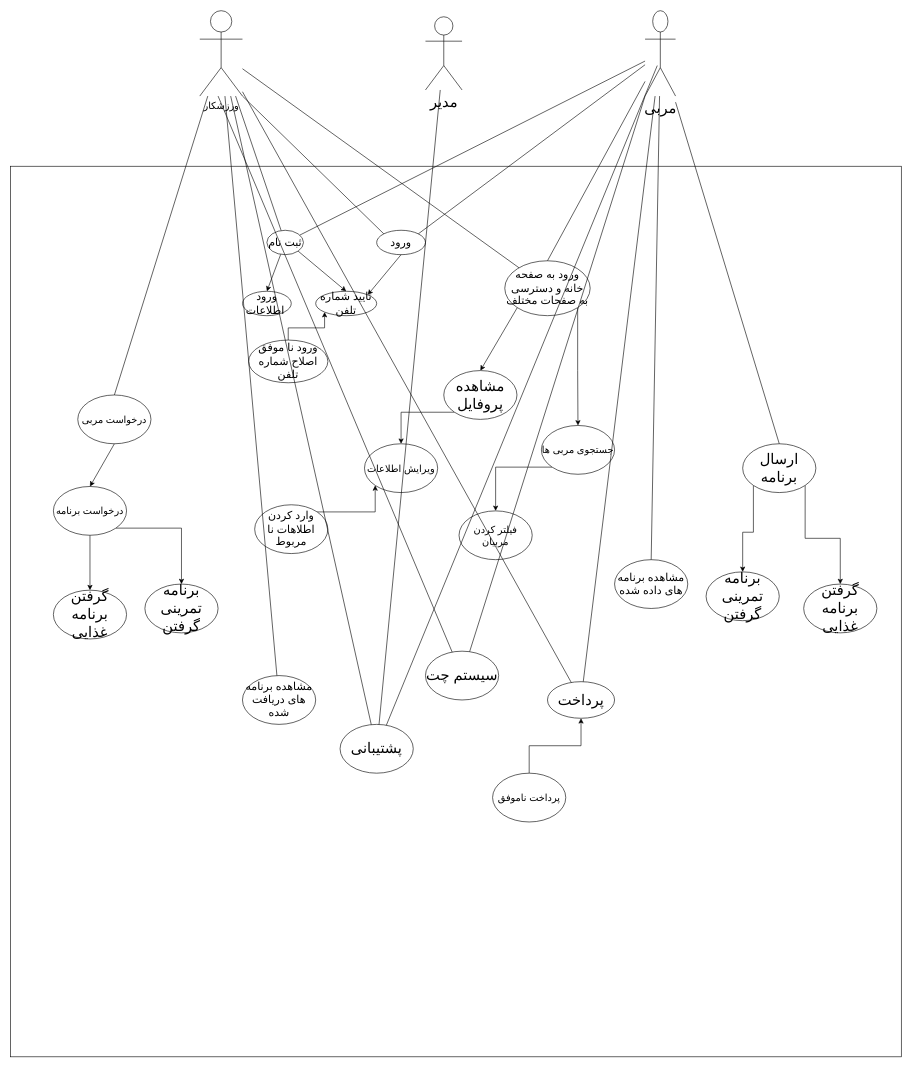
This is Use Case Diagram/Use Case Diagram.drawio from mmohajer9/sama-online-coaching-system, a draw.io file, before an edit. Source tidied: cells renumbered, new cells numbered last; positions are measured from the earlier drawing's top-left corner, leaving out a move shared by most shapes. Both pictures are drawn from the tidied source at 61%, with x=0, y=0 at pixel (10, 10).
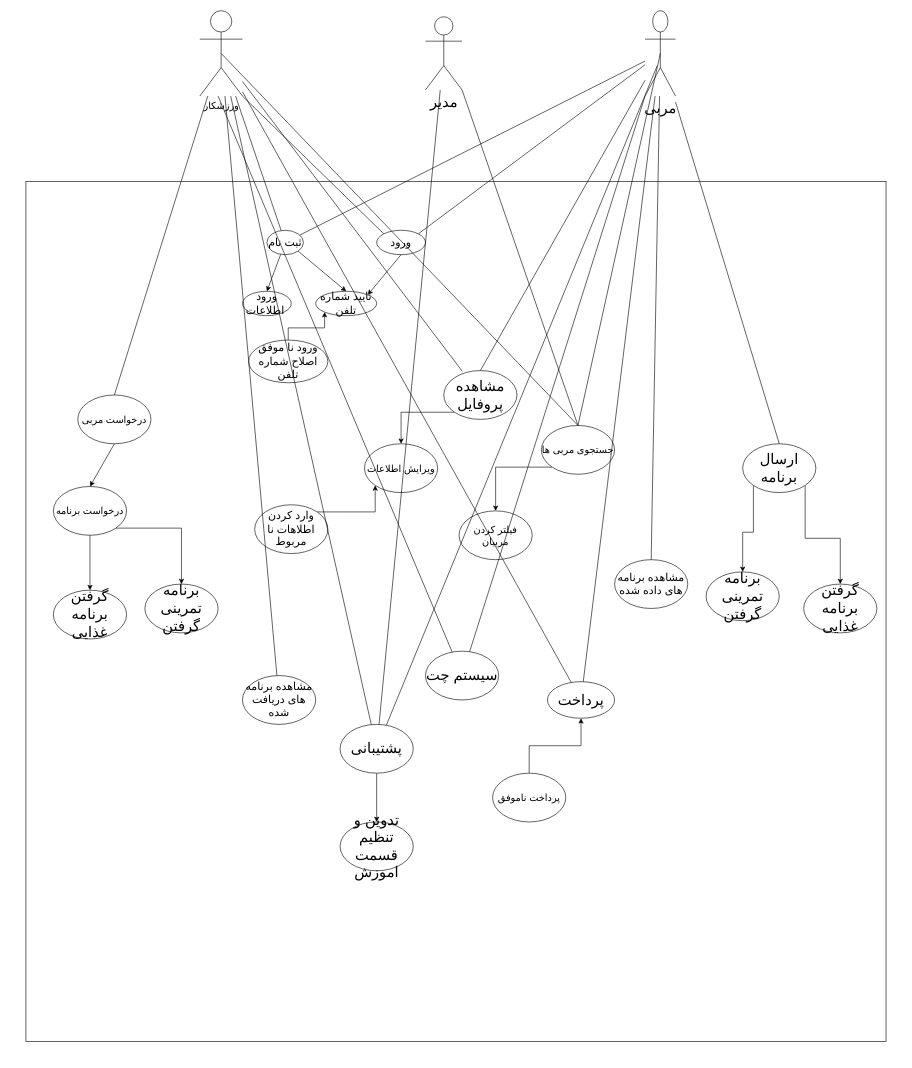
Above is the later version.

Commit message:
add some changes to support process

The change refers to these unchanged cells:
```xml
<mxCell id="2" value="&lt;font size=&quot;3&quot;&gt;ورزشکار&lt;/font&gt;" style="shape=umlActor;verticalLabelPosition=bottom;labelBackgroundColor=#ffffff;verticalAlign=top;html=1;outlineConnect=0;" parent="1" vertex="1">
  <mxGeometry x="310" width="70" height="140" as="geometry" />
</mxCell>
<mxCell id="3" value="&lt;font style=&quot;font-size: 24px&quot;&gt;مربی&lt;/font&gt;" style="shape=umlActor;verticalLabelPosition=bottom;labelBackgroundColor=#ffffff;verticalAlign=top;html=1;outlineConnect=0;" parent="1" vertex="1">
  <mxGeometry x="1040" width="50" height="140" as="geometry" />
</mxCell>
<mxCell id="4" value="&lt;font style=&quot;font-size: 24px&quot;&gt;مدیر&lt;/font&gt;" style="shape=umlActor;verticalLabelPosition=bottom;labelBackgroundColor=#ffffff;verticalAlign=top;html=1;outlineConnect=0;" parent="1" vertex="1">
  <mxGeometry x="680" y="10" width="60" height="120" as="geometry" />
</mxCell>
<mxCell id="22" value="&lt;font style=&quot;font-size: 24px&quot;&gt;مشاهده پروفایل&lt;/font&gt;" style="ellipse;whiteSpace=wrap;html=1;" parent="1" vertex="1">
  <mxGeometry x="710" y="590" width="120" height="80" as="geometry" />
</mxCell>
<mxCell id="28" value="&lt;font size=&quot;3&quot;&gt;جستجوی مربی ها&lt;/font&gt;" style="ellipse;whiteSpace=wrap;html=1;" parent="1" vertex="1">
  <mxGeometry x="870" y="680" width="120" height="80" as="geometry" />
</mxCell>
<mxCell id="56" value="&lt;font style=&quot;font-size: 24px&quot;&gt;پشتیبانی&lt;/font&gt;" style="ellipse;whiteSpace=wrap;html=1;" parent="1" vertex="1">
  <mxGeometry x="540" y="1170" width="120" height="80" as="geometry" />
</mxCell>
```

Diff of the diagram source:
```diff
@@
     <mxCell id="5" style="whiteSpace=wrap;html=1;" parent="1" vertex="1">
-      <mxGeometry y="255" width="1460" height="1460" as="geometry" />
+      <mxGeometry x="25" y="280" width="1410" height="1410" as="geometry" />
     </mxCell>
@@
-    <mxCell id="19" style="edgeStyle=orthogonalEdgeStyle;rounded=0;jettySize=auto;html=1;exitX=1;exitY=1;exitDx=0;exitDy=0;entryX=0.5;entryY=0;entryDx=0;entryDy=0;" parent="1" edge="1" source="20" target="28">
-      <mxGeometry relative="1" as="geometry" />
-    </mxCell>
-    <mxCell id="20" value="&lt;span style=&quot;font-size: 18px&quot;&gt;ورود به صفحه خانه و دسترسی به صفحات مختلف&lt;/span&gt;" style="ellipse;whiteSpace=wrap;html=1;" parent="1" vertex="1">
-      <mxGeometry x="810" y="410" width="140" height="90" as="geometry" />
-    </mxCell>
@@
-    <mxCell id="23" style="endArrow=classic;html=1;exitX=0;exitY=1;exitDx=0;exitDy=0;entryX=0.5;entryY=0;entryDx=0;entryDy=0;" parent="1" edge="1" source="20" target="22">
-      <mxGeometry relative="1" as="geometry" />
-    </mxCell>
@@
-    <mxCell id="36" style="endArrow=none;html=1;exitX=0.5;exitY=0;exitDx=0;exitDy=0;" parent="1" edge="1" source="20" target="3">
+    <mxCell id="36" style="endArrow=none;html=1;exitX=0.5;exitY=0;exitDx=0;exitDy=0;" parent="1" edge="1" source="22" target="3">
       <mxGeometry relative="1" as="geometry" />
     </mxCell>
-    <mxCell id="37" style="endArrow=none;html=1;" parent="1" edge="1" source="20" target="2">
+    <mxCell id="37" style="endArrow=none;html=1;exitX=0.253;exitY=0.015;exitDx=0;exitDy=0;exitPerimeter=0;" parent="1" edge="1" source="22" target="2">
       <mxGeometry relative="1" as="geometry" />
     </mxCell>
@@
+    <mxCell id="62" style="edgeStyle=orthogonalEdgeStyle;rounded=0;jettySize=auto;html=1;" parent="1" edge="1" source="56" target="63">
+      <mxGeometry relative="1" as="geometry" />
+    </mxCell>
@@
+    <mxCell id="63" value="&lt;span style=&quot;font-size: 24px&quot;&gt;تدوین و تنظیم قسمت اموزش&lt;/span&gt;" style="ellipse;whiteSpace=wrap;html=1;" parent="1" vertex="1">
+      <mxGeometry x="540" y="1330" width="120" height="80" as="geometry" />
+    </mxCell>
@@
+    <mxCell id="64" style="endArrow=none;html=1;entryX=0.5;entryY=0.5;entryDx=0;entryDy=0;entryPerimeter=0;exitX=0.5;exitY=0;exitDx=0;exitDy=0;" parent="1" edge="1" source="28" target="3">
+      <mxGeometry relative="1" as="geometry" />
+    </mxCell>
+    <mxCell id="65" style="endArrow=none;html=1;exitX=0.5;exitY=0;exitDx=0;exitDy=0;entryX=0.5;entryY=0.5;entryDx=0;entryDy=0;entryPerimeter=0;" parent="1" edge="1" source="28" target="2">
+      <mxGeometry relative="1" as="geometry" />
+    </mxCell>
+    <mxCell id="66" style="endArrow=none;html=1;entryX=1;entryY=1;entryDx=0;entryDy=0;entryPerimeter=0;exitX=0.5;exitY=0;exitDx=0;exitDy=0;" parent="1" edge="1" source="28" target="4">
+      <mxGeometry relative="1" as="geometry" />
+    </mxCell>
```
